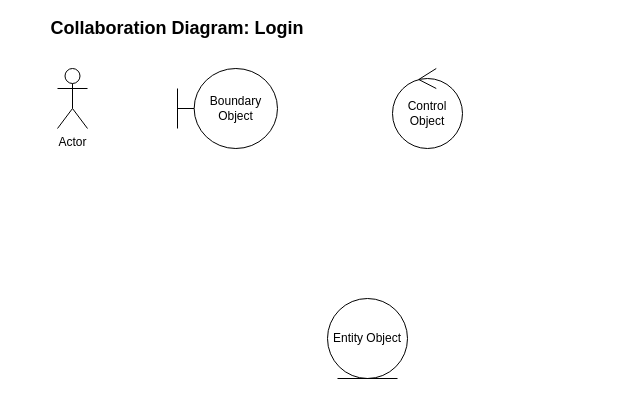
Earlier version of the draw.io diagram page "Login" (2 of 2) of Collaboration Diagram.drawio (astrrr/Right-posture). Source tidied: cells renumbered, new cells numbered last; positions are measured from the earlier drawing's top-left corner, leaving out a move shared by most shapes. Both pictures are drawn from the tidied source at 100%, with x=0, y=0 at pixel (17, 18).
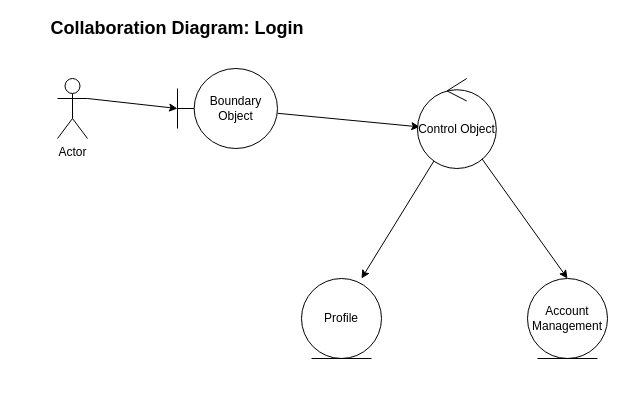
After the change.

Commit message:
add Acc management entity

The edit, as a diff of the source:
```diff
@@
 <mxGraphModel>
   <root>
     <mxCell id="0" />
     <mxCell id="1" parent="0" />
+    <mxCell id="7" style="edgeStyle=none;rounded=0;jettySize=auto;html=1;exitX=1;exitY=0.3333333333333333;exitDx=0;exitDy=0;exitPerimeter=0;entryX=0;entryY=0.5;entryDx=0;entryDy=0;entryPerimeter=0;" parent="1" edge="1" source="2" target="3">
+      <mxGeometry relative="1" as="geometry" />
+    </mxCell>
     <mxCell id="2" value="Actor" style="shape=umlActor;verticalLabelPosition=bottom;verticalAlign=top;html=1;" parent="1" vertex="1">
-      <mxGeometry x="40" y="50" width="30" height="60" as="geometry" />
+      <mxGeometry x="40" y="60" width="30" height="60" as="geometry" />
     </mxCell>
+    <mxCell id="8" style="edgeStyle=none;rounded=0;jettySize=auto;html=1;entryX=0.029;entryY=0.538;entryDx=0;entryDy=0;entryPerimeter=0;" parent="1" edge="1" source="3" target="4">
+      <mxGeometry relative="1" as="geometry" />
+    </mxCell>
     <mxCell id="3" value="Boundary Object" style="shape=umlBoundary;whiteSpace=wrap;html=1;" parent="1" vertex="1">
       <mxGeometry x="160" y="50" width="100" height="80" as="geometry" />
     </mxCell>
+    <mxCell id="9" style="edgeStyle=none;rounded=0;jettySize=auto;html=1;entryX=0.75;entryY=0;entryDx=0;entryDy=0;entryPerimeter=0;" parent="1" edge="1" source="4" target="5">
+      <mxGeometry relative="1" as="geometry" />
+    </mxCell>
+    <mxCell id="10" style="edgeStyle=none;rounded=0;jettySize=auto;html=1;entryX=0.5;entryY=0;entryDx=0;entryDy=0;" parent="1" edge="1" source="4" target="11">
+      <mxGeometry relative="1" as="geometry" />
+    </mxCell>
     <mxCell id="4" value="Control Object" style="ellipse;shape=umlControl;whiteSpace=wrap;html=1;" parent="1" vertex="1">
-      <mxGeometry x="375" y="50" width="70" height="80" as="geometry" />
+      <mxGeometry x="400" y="60" width="78.8" height="90" as="geometry" />
     </mxCell>
-    <mxCell id="5" value="Entity Object" style="ellipse;shape=umlEntity;whiteSpace=wrap;html=1;" parent="1" vertex="1">
-      <mxGeometry x="310" y="280" width="80" height="80" as="geometry" />
+    <mxCell id="5" value="Profile" style="ellipse;shape=umlEntity;whiteSpace=wrap;html=1;" parent="1" vertex="1">
+      <mxGeometry x="284" y="260" width="80" height="80" as="geometry" />
     </mxCell>
     <mxCell id="6" value="&lt;b&gt;&lt;font style=&quot;font-size: 18px&quot;&gt;Collaboration Diagram: Login&lt;/font&gt;&lt;/b&gt;" style="text;html=1;strokeColor=none;fillColor=none;align=center;verticalAlign=middle;whiteSpace=wrap;rounded=0;" parent="1" vertex="1">
       <mxGeometry width="320" height="20" as="geometry" />
     </mxCell>
+    <mxCell id="11" value="Account Management" style="ellipse;shape=umlEntity;whiteSpace=wrap;html=1;" parent="1" vertex="1">
+      <mxGeometry x="510" y="260" width="80" height="80" as="geometry" />
+    </mxCell>
   </root>
 </mxGraphModel>
```
